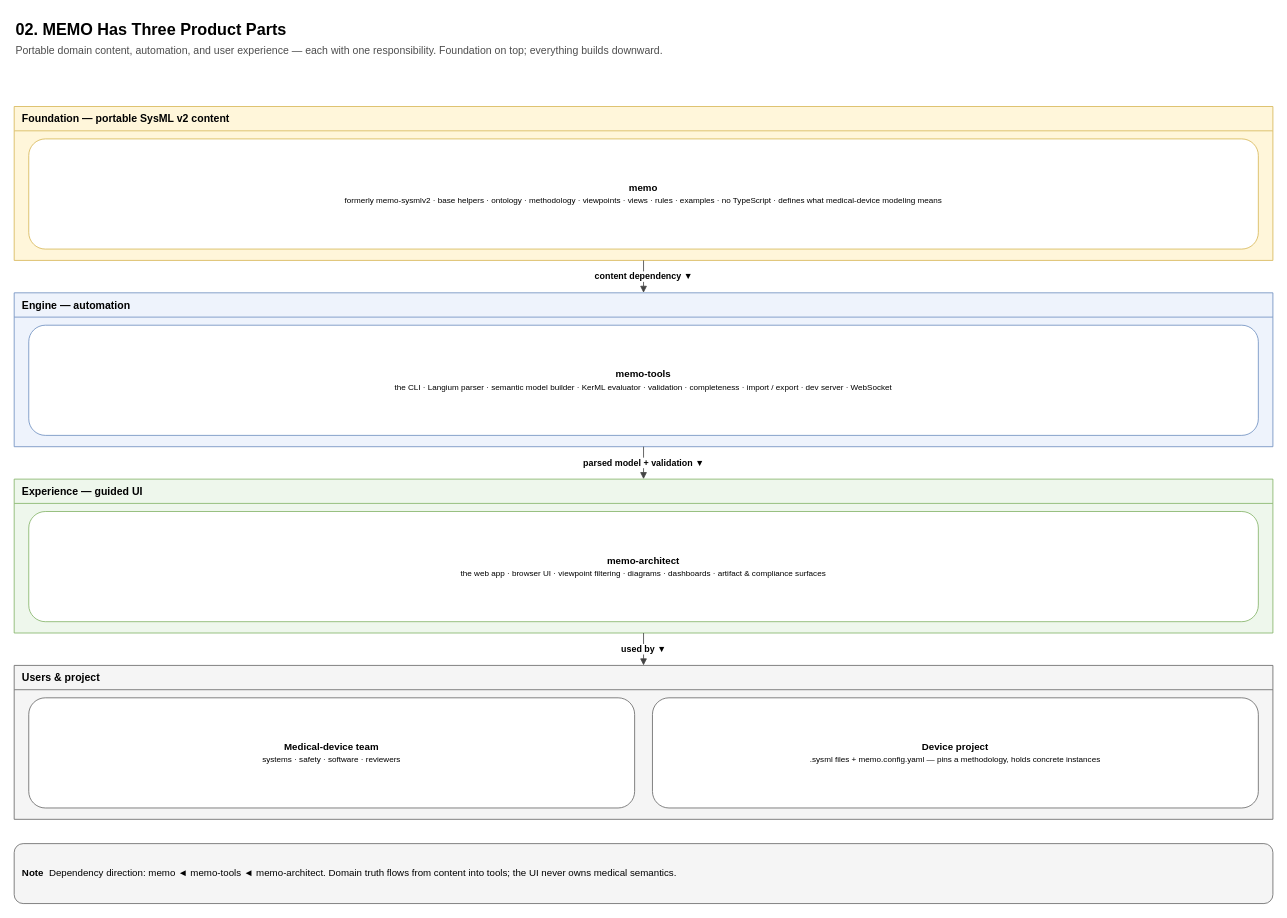
memoarchitect/memo-architect keeps this draw.io diagram as page "02-three-product-parts" (2 of 16) of docs/src/diagrams/ontology-medical-device-hierarchy.drawio. Above is the earlier version. Source tidied: cells renumbered, new cells numbered last; positions are measured from the earlier drawing's top-left corner, leaving out a move shared by most shapes. Both pictures are drawn from the tidied source at 81%, with x=0, y=0 at pixel (14, 14).
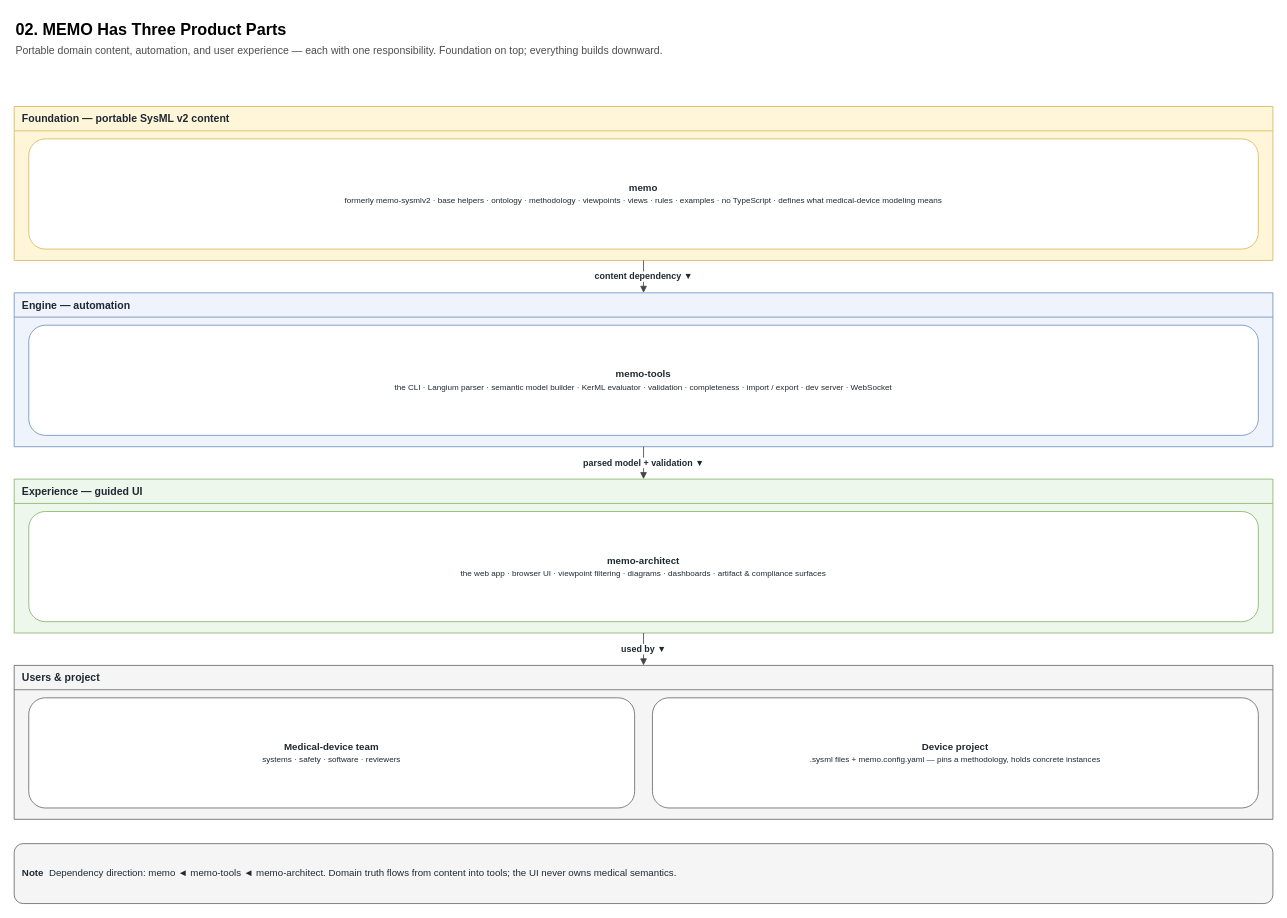
The same page after the edit.

Commit message (it also covers changes not shown here):
Update ontology diagram, gen script, presentations; ignore .claude/settings.local.json

The edit, as a diff of the source:
```diff
@@
 <mxGraphModel>
   <root>
     <mxCell id="0" />
     <mxCell id="1" parent="0" />
     <mxCell id="2" value="&lt;b&gt;02. MEMO Has Three Product Parts&lt;/b&gt;&lt;br/&gt;&lt;font style='font-size:13px;color:#4d4d4d'&gt;Portable domain content, automation, and user experience — each with one responsibility. Foundation on top; everything builds downward.&lt;/font&gt;" style="text;html=1;strokeColor=none;fillColor=none;align=left;verticalAlign=top;fontSize=20;" parent="1" vertex="1">
       <mxGeometry width="1554" height="70" as="geometry" />
     </mxCell>
-    <mxCell id="3" value="&lt;b&gt;Foundation — portable SysML v2 content&lt;/b&gt;" style="swimlane;startSize=30;html=1;fontStyle=1;align=left;fillColor=#fff6da;strokeColor=#d6b656;fontSize=13;swimlaneFillColor=#fff6da;spacingLeft=8;" parent="1" vertex="1">
+    <mxCell id="3" value="&lt;b&gt;Foundation — portable SysML v2 content&lt;/b&gt;" style="swimlane;startSize=30;html=1;fontStyle=1;align=left;fillColor=#fff6da;strokeColor=#d6b656;fontSize=13;fontColor=#1f2933;swimlaneFillColor=#fff6da;spacingLeft=8;" parent="1" vertex="1">
       <mxGeometry y="114" width="1554" height="190" as="geometry" />
     </mxCell>
-    <mxCell id="4" value="&lt;b&gt;memo&lt;/b&gt;&lt;br/&gt;&lt;font style='font-size:10px'&gt;formerly memo-sysmlv2 · base helpers · ontology · methodology · viewpoints · views · rules · examples · no TypeScript · defines what medical-device modeling means&lt;/font&gt;" style="rounded=1;whiteSpace=wrap;html=1;fillColor=#ffffff;strokeColor=#d6b656;fontSize=12;align=center;verticalAlign=middle;spacing=6;" parent="3" vertex="1">
+    <mxCell id="4" value="&lt;b&gt;memo&lt;/b&gt;&lt;br/&gt;&lt;font style='font-size:10px'&gt;formerly memo-sysmlv2 · base helpers · ontology · methodology · viewpoints · views · rules · examples · no TypeScript · defines what medical-device modeling means&lt;/font&gt;" style="rounded=1;whiteSpace=wrap;html=1;fillColor=#ffffff;strokeColor=#d6b656;fontSize=12;fontColor=#1f2933;align=center;verticalAlign=middle;spacing=6;" parent="3" vertex="1">
       <mxGeometry x="18" y="40" width="1518" height="136" as="geometry" />
     </mxCell>
-    <mxCell id="5" value="&lt;b&gt;Engine — automation&lt;/b&gt;" style="swimlane;startSize=30;html=1;fontStyle=1;align=left;fillColor=#eef3fc;strokeColor=#6c8ebf;fontSize=13;swimlaneFillColor=#eef3fc;spacingLeft=8;" parent="1" vertex="1">
+    <mxCell id="5" value="&lt;b&gt;Engine — automation&lt;/b&gt;" style="swimlane;startSize=30;html=1;fontStyle=1;align=left;fillColor=#eef3fc;strokeColor=#6c8ebf;fontSize=13;fontColor=#1f2933;swimlaneFillColor=#eef3fc;spacingLeft=8;" parent="1" vertex="1">
       <mxGeometry y="344" width="1554" height="190" as="geometry" />
     </mxCell>
-    <mxCell id="6" value="&lt;b&gt;memo-tools&lt;/b&gt;&lt;br/&gt;&lt;font style='font-size:10px'&gt;the CLI · Langium parser · semantic model builder · KerML evaluator · validation · completeness · import / export · dev server · WebSocket&lt;/font&gt;" style="rounded=1;whiteSpace=wrap;html=1;fillColor=#ffffff;strokeColor=#6c8ebf;fontSize=12;align=center;verticalAlign=middle;spacing=6;" parent="5" vertex="1">
+    <mxCell id="6" value="&lt;b&gt;memo-tools&lt;/b&gt;&lt;br/&gt;&lt;font style='font-size:10px'&gt;the CLI · Langium parser · semantic model builder · KerML evaluator · validation · completeness · import / export · dev server · WebSocket&lt;/font&gt;" style="rounded=1;whiteSpace=wrap;html=1;fillColor=#ffffff;strokeColor=#6c8ebf;fontSize=12;fontColor=#1f2933;align=center;verticalAlign=middle;spacing=6;" parent="5" vertex="1">
       <mxGeometry x="18" y="40" width="1518" height="136" as="geometry" />
     </mxCell>
-    <mxCell id="7" value="&lt;b&gt;Experience — guided UI&lt;/b&gt;" style="swimlane;startSize=30;html=1;fontStyle=1;align=left;fillColor=#eef7ec;strokeColor=#82b366;fontSize=13;swimlaneFillColor=#eef7ec;spacingLeft=8;" parent="1" vertex="1">
+    <mxCell id="7" value="&lt;b&gt;Experience — guided UI&lt;/b&gt;" style="swimlane;startSize=30;html=1;fontStyle=1;align=left;fillColor=#eef7ec;strokeColor=#82b366;fontSize=13;fontColor=#1f2933;swimlaneFillColor=#eef7ec;spacingLeft=8;" parent="1" vertex="1">
       <mxGeometry y="574" width="1554" height="190" as="geometry" />
     </mxCell>
-    <mxCell id="8" value="&lt;b&gt;memo-architect&lt;/b&gt;&lt;br/&gt;&lt;font style='font-size:10px'&gt;the web app · browser UI · viewpoint filtering · diagrams · dashboards · artifact &amp; compliance surfaces&lt;/font&gt;" style="rounded=1;whiteSpace=wrap;html=1;fillColor=#ffffff;strokeColor=#82b366;fontSize=12;align=center;verticalAlign=middle;spacing=6;" parent="7" vertex="1">
+    <mxCell id="8" value="&lt;b&gt;memo-architect&lt;/b&gt;&lt;br/&gt;&lt;font style='font-size:10px'&gt;the web app · browser UI · viewpoint filtering · diagrams · dashboards · artifact &amp; compliance surfaces&lt;/font&gt;" style="rounded=1;whiteSpace=wrap;html=1;fillColor=#ffffff;strokeColor=#82b366;fontSize=12;fontColor=#1f2933;align=center;verticalAlign=middle;spacing=6;" parent="7" vertex="1">
       <mxGeometry x="18" y="40" width="1518" height="136" as="geometry" />
     </mxCell>
-    <mxCell id="9" value="&lt;b&gt;Users &amp; project&lt;/b&gt;" style="swimlane;startSize=30;html=1;fontStyle=1;align=left;fillColor=#f5f5f5;strokeColor=#666666;fontSize=13;swimlaneFillColor=#f5f5f5;spacingLeft=8;" parent="1" vertex="1">
+    <mxCell id="9" value="&lt;b&gt;Users &amp; project&lt;/b&gt;" style="swimlane;startSize=30;html=1;fontStyle=1;align=left;fillColor=#f5f5f5;strokeColor=#666666;fontSize=13;fontColor=#1f2933;swimlaneFillColor=#f5f5f5;spacingLeft=8;" parent="1" vertex="1">
       <mxGeometry y="804" width="1554" height="190" as="geometry" />
     </mxCell>
-    <mxCell id="10" value="&lt;b&gt;Medical-device team&lt;/b&gt;&lt;br/&gt;&lt;font style='font-size:10px'&gt;systems · safety · software · reviewers&lt;/font&gt;" style="rounded=1;whiteSpace=wrap;html=1;fillColor=#ffffff;strokeColor=#666666;fontSize=12;align=center;verticalAlign=middle;spacing=6;" parent="9" vertex="1">
+    <mxCell id="10" value="&lt;b&gt;Medical-device team&lt;/b&gt;&lt;br/&gt;&lt;font style='font-size:10px'&gt;systems · safety · software · reviewers&lt;/font&gt;" style="rounded=1;whiteSpace=wrap;html=1;fillColor=#ffffff;strokeColor=#666666;fontSize=12;fontColor=#1f2933;align=center;verticalAlign=middle;spacing=6;" parent="9" vertex="1">
       <mxGeometry x="18" y="40" width="748" height="136" as="geometry" />
     </mxCell>
-    <mxCell id="11" value="&lt;b&gt;Device project&lt;/b&gt;&lt;br/&gt;&lt;font style='font-size:10px'&gt;.sysml files + memo.config.yaml — pins a methodology, holds concrete instances&lt;/font&gt;" style="rounded=1;whiteSpace=wrap;html=1;fillColor=#ffffff;strokeColor=#666666;fontSize=12;align=center;verticalAlign=middle;spacing=6;" parent="9" vertex="1">
+    <mxCell id="11" value="&lt;b&gt;Device project&lt;/b&gt;&lt;br/&gt;&lt;font style='font-size:10px'&gt;.sysml files + memo.config.yaml — pins a methodology, holds concrete instances&lt;/font&gt;" style="rounded=1;whiteSpace=wrap;html=1;fillColor=#ffffff;strokeColor=#666666;fontSize=12;fontColor=#1f2933;align=center;verticalAlign=middle;spacing=6;" parent="9" vertex="1">
       <mxGeometry x="788" y="40" width="748" height="136" as="geometry" />
     </mxCell>
-    <mxCell id="12" value="content dependency  ▼" style="endArrow=block;endFill=1;html=1;edgeStyle=orthogonalEdgeStyle;rounded=1;exitX=0.5;exitY=1;entryX=0.5;entryY=0;strokeColor=#444444;fontSize=11;fontStyle=1;labelBackgroundColor=#ffffff;" parent="1" edge="1" source="3" target="5">
+    <mxCell id="12" value="content dependency  ▼" style="endArrow=block;endFill=1;html=1;edgeStyle=orthogonalEdgeStyle;rounded=1;exitX=0.5;exitY=1;entryX=0.5;entryY=0;strokeColor=#444444;fontSize=11;fontStyle=1;fontColor=#1f2933;labelBackgroundColor=#ffffff;" parent="1" edge="1" source="3" target="5">
       <mxGeometry relative="1" as="geometry" />
     </mxCell>
-    <mxCell id="13" value="parsed model + validation  ▼" style="endArrow=block;endFill=1;html=1;edgeStyle=orthogonalEdgeStyle;rounded=1;exitX=0.5;exitY=1;entryX=0.5;entryY=0;strokeColor=#444444;fontSize=11;fontStyle=1;labelBackgroundColor=#ffffff;" parent="1" edge="1" source="5" target="7">
+    <mxCell id="13" value="parsed model + validation  ▼" style="endArrow=block;endFill=1;html=1;edgeStyle=orthogonalEdgeStyle;rounded=1;exitX=0.5;exitY=1;entryX=0.5;entryY=0;strokeColor=#444444;fontSize=11;fontStyle=1;fontColor=#1f2933;labelBackgroundColor=#ffffff;" parent="1" edge="1" source="5" target="7">
       <mxGeometry relative="1" as="geometry" />
     </mxCell>
-    <mxCell id="14" value="used by  ▼" style="endArrow=block;endFill=1;html=1;edgeStyle=orthogonalEdgeStyle;rounded=1;exitX=0.5;exitY=1;entryX=0.5;entryY=0;strokeColor=#444444;fontSize=11;fontStyle=1;labelBackgroundColor=#ffffff;" parent="1" edge="1" source="7" target="9">
+    <mxCell id="14" value="used by  ▼" style="endArrow=block;endFill=1;html=1;edgeStyle=orthogonalEdgeStyle;rounded=1;exitX=0.5;exitY=1;entryX=0.5;entryY=0;strokeColor=#444444;fontSize=11;fontStyle=1;fontColor=#1f2933;labelBackgroundColor=#ffffff;" parent="1" edge="1" source="7" target="9">
       <mxGeometry relative="1" as="geometry" />
     </mxCell>
-    <mxCell id="15" value="&lt;b&gt;Note&lt;/b&gt;&amp;nbsp;&amp;nbsp;&lt;font style='font-size:12px'&gt;Dependency direction: memo  ◄  memo-tools  ◄  memo-architect. Domain truth flows from content into tools; the UI never owns medical semantics.&lt;/font&gt;" style="rounded=1;whiteSpace=wrap;html=1;fillColor=#f5f5f5;strokeColor=#666666;fontSize=12;align=left;verticalAlign=middle;spacing=10;" parent="1" vertex="1">
+    <mxCell id="15" value="&lt;b&gt;Note&lt;/b&gt;&amp;nbsp;&amp;nbsp;&lt;font style='font-size:12px'&gt;Dependency direction: memo  ◄  memo-tools  ◄  memo-architect. Domain truth flows from content into tools; the UI never owns medical semantics.&lt;/font&gt;" style="rounded=1;whiteSpace=wrap;html=1;fillColor=#f5f5f5;strokeColor=#666666;fontSize=12;fontColor=#1f2933;align=left;verticalAlign=middle;spacing=10;" parent="1" vertex="1">
       <mxGeometry y="1024" width="1554" height="74" as="geometry" />
     </mxCell>
   </root>
 </mxGraphModel>
```
